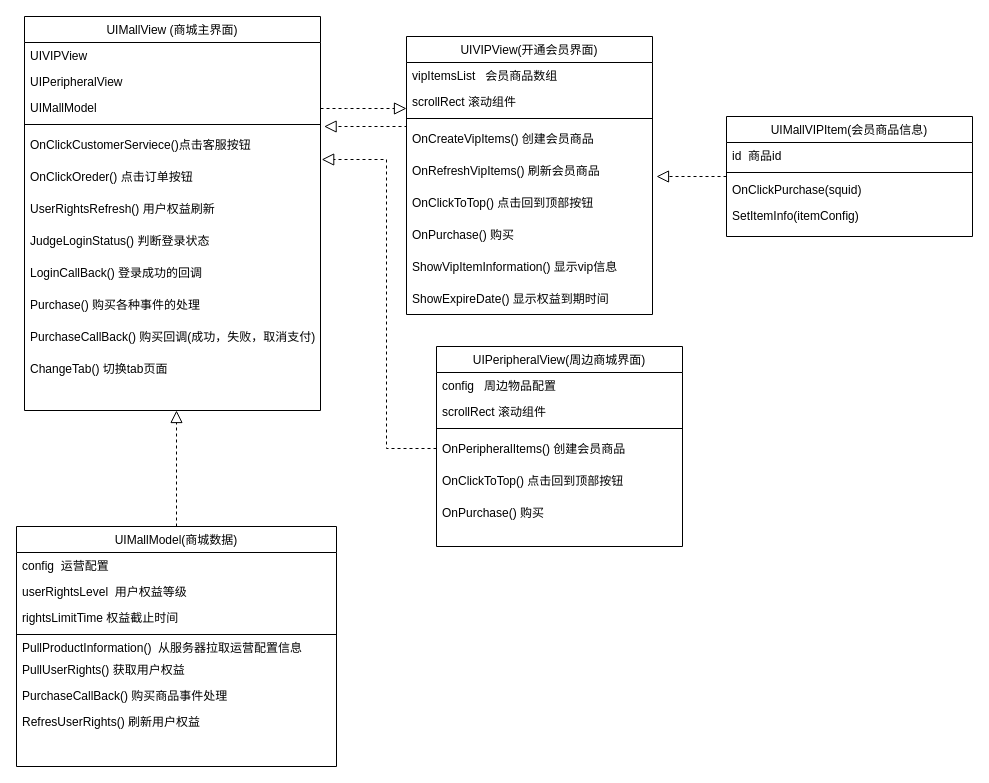
Above: Shop Class.drawio in NicoleXiao/Draw (draw.io), before the change. Source tidied: cells renumbered, new cells numbered last; positions are measured from the earlier drawing's top-left corner, leaving out a move shared by most shapes. Both pictures are drawn from the tidied source at 100%, with x=0, y=0 at pixel (16, 16).
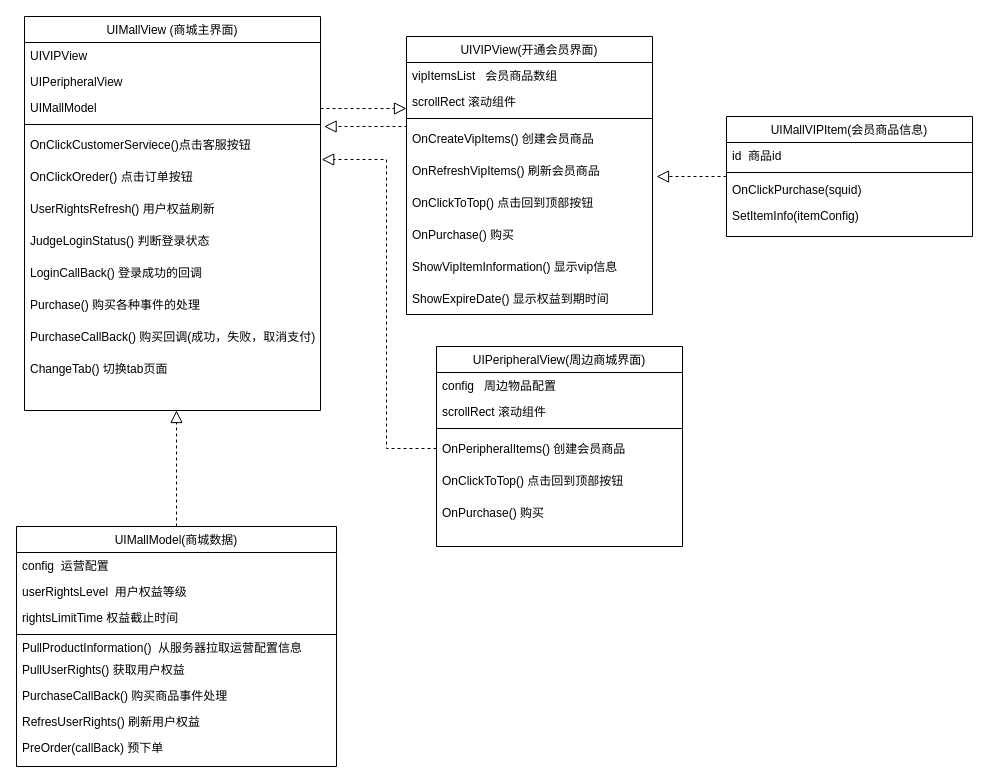
After the change.

The change refers to these unchanged cells:
```xml
<mxCell id="15" value="UIMallModel(商城数据)" style="swimlane;fontStyle=0;align=center;verticalAlign=top;horizontal=1;startSize=26;rounded=0;shadow=0;strokeWidth=1;" parent="1" vertex="1">
  <mxGeometry y="510" width="320" height="240" as="geometry" />
</mxCell>
```

The edit, as a diff of the source:
```diff
@@
+    <mxCell id="51" value="PreOrder(callBack) 预下单" style="text;align=left;verticalAlign=top;spacingLeft=4;spacingRight=4;overflow=hidden;" parent="15" vertex="1">
+      <mxGeometry y="208" width="320" height="26" as="geometry" />
+    </mxCell>
```
